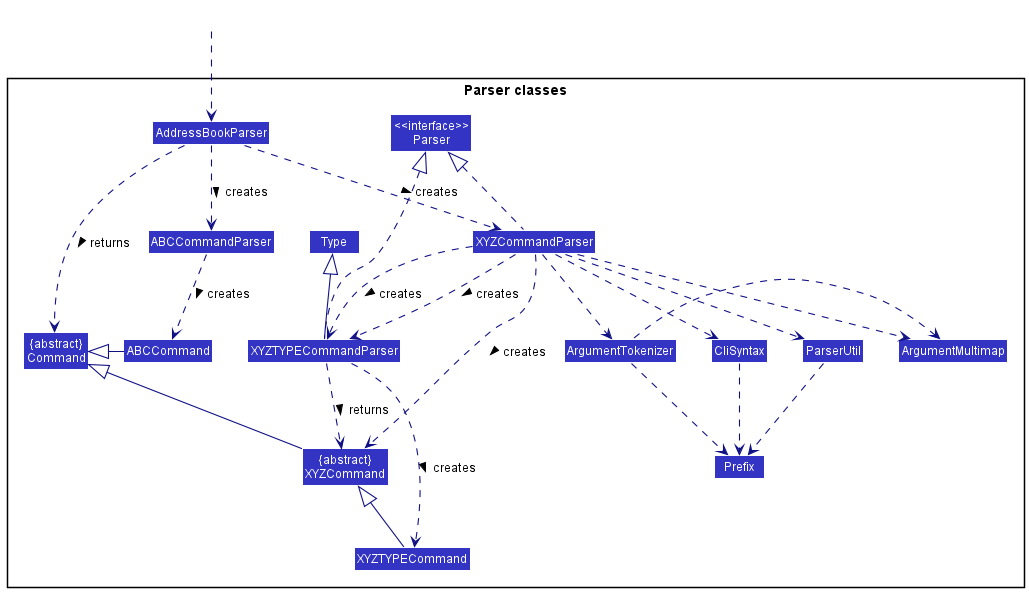
This is docs/images/ParserClasses.png from rcjj98/tp, a PlantUML export, as it was before one commit. Its diagram source:
```plantuml
@startuml
!include style.puml
skinparam arrowThickness 1.1
skinparam arrowColor LOGIC_COLOR_T4
skinparam classBackgroundColor LOGIC_COLOR


package "Parser classes"{
Class "<<interface>>\nParser" as Parser
Class "{abstract}\nCommand" as Command
Class "{abstract}\nXYZCommand" as XYZCommand
Class AddressBookParser
Class XYZCommandParser
Class ABCCommandParser
Class CliSyntax
Class ParserUtil
Class ArgumentMultimap
Class ArgumentTokenizer
Class Prefix
Class XYZTYPECommandParser
Class XYZTYPECommand
Class ABCCommand
enum Type
}

Class HiddenOutside #FFFFFF
HiddenOutside ..> AddressBookParser

AddressBookParser .down.> XYZCommandParser: creates >
AddressBookParser .down.> ABCCommandParser: creates >
AddressBookParser ..> Command : returns >
XYZCommandParser ..> XYZCommand : creates >
XYZCommandParser .up.|> Parser
XYZCommandParser ..> ArgumentMultimap
XYZCommandParser ..> ArgumentTokenizer
XYZCommandParser ..> CliSyntax
XYZCommandParser ..> XYZTYPECommandParser : creates >
XYZTYPECommandParser ..> XYZTYPECommand : creates >
XYZTYPECommandParser ..> XYZCommand : returns >
XYZTYPECommandParser .up.|> Parser
XYZTYPECommand -up-|> XYZCommand
XYZTYPECommandParser -up-|> Type
ArgumentTokenizer .left.> ArgumentMultimap
CliSyntax ..> Prefix
XYZCommandParser ..> ParserUtil
ParserUtil .down.> Prefix
ArgumentTokenizer .down.> Prefix
XYZCommand -up-|> Command
XYZCommandParser ..> XYZTYPECommandParser: creates >
ABCCommand -up|> Command
ABCCommandParser ..> ABCCommand : creates >

@enduml
```
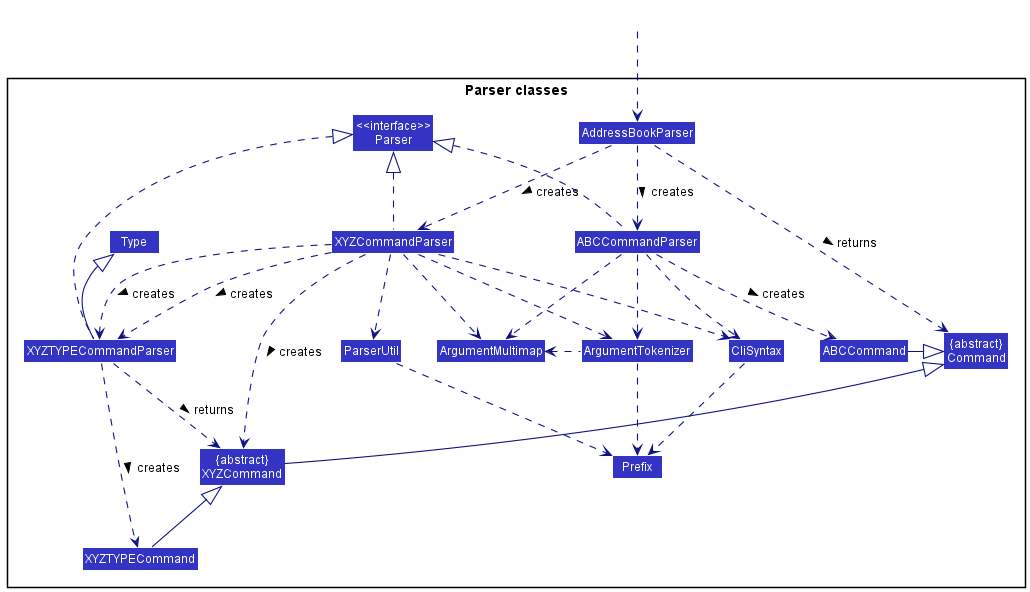
Later version of the same file.

Diff of the diagram source:
```diff
@@ -35,6 +35,11 @@
 XYZCommandParser ..> ArgumentTokenizer
 XYZCommandParser ..> CliSyntax
 XYZCommandParser ..> XYZTYPECommandParser : creates >
+ABCCommandParser ..> ABCCommand : creates >
+ABCCommandParser .up.|> Parser
+ABCCommandParser ..> ArgumentMultimap
+ABCCommandParser ..> ArgumentTokenizer
+ABCCommandParser ..> CliSyntax
 XYZTYPECommandParser ..> XYZTYPECommand : creates >
 XYZTYPECommandParser ..> XYZCommand : returns >
 XYZTYPECommandParser .up.|> Parser
@@ -48,6 +53,5 @@
 XYZCommand -up-|> Command
 XYZCommandParser ..> XYZTYPECommandParser: creates >
 ABCCommand -up|> Command
-ABCCommandParser ..> ABCCommand : creates >
 
 @enduml
```
